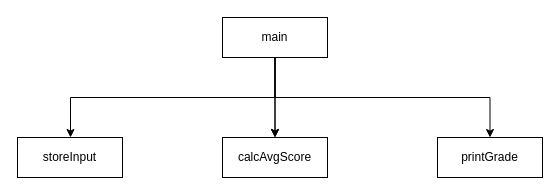
Above: page "score_avg" (1 of 4) of structure_charts.drawio in Jebbxrs/c_proj (draw.io), before the change. Source tidied: cells renumbered, new cells numbered last; positions are measured from the earlier drawing's top-left corner, leaving out a move shared by most shapes. Both pictures are drawn from the tidied source at 100%, with x=0, y=0 at pixel (17, 17).
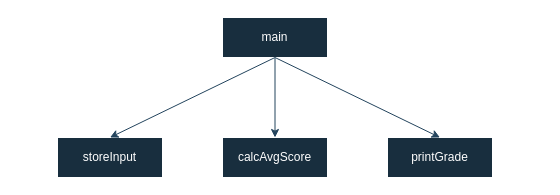
After the change.

The edit, as a diff of the source:
```diff
@@
 <mxGraphModel>
   <root>
     <mxCell id="0" />
     <mxCell id="1" parent="0" />
-    <mxCell id="2" style="edgeStyle=orthogonalEdgeStyle;rounded=0;jettySize=auto;html=1;" parent="1" edge="1" source="6" target="7">
-      <mxGeometry relative="1" as="geometry">
-        <Array as="points">
-          <mxPoint x="258" y="80" />
-          <mxPoint x="53" y="80" />
-        </Array>
-      </mxGeometry>
-    </mxCell>
-    <mxCell id="3" style="edgeStyle=orthogonalEdgeStyle;rounded=0;jettySize=auto;html=1;" parent="1" edge="1" source="6" target="8">
+    <mxCell id="3" style="edgeStyle=orthogonalEdgeStyle;rounded=0;jettySize=auto;html=1;labelBackgroundColor=none;strokeColor=#23445D;fontColor=default;" parent="1" edge="1" source="6" target="8">
       <mxGeometry relative="1" as="geometry" />
     </mxCell>
-    <mxCell id="4" style="edgeStyle=orthogonalEdgeStyle;rounded=0;jettySize=auto;html=1;" parent="1" edge="1" source="6" target="8">
-      <mxGeometry relative="1" as="geometry" />
-    </mxCell>
-    <mxCell id="5" style="edgeStyle=orthogonalEdgeStyle;rounded=0;jettySize=auto;html=1;entryX=0.5;entryY=0;entryDx=0;entryDy=0;" parent="1" edge="1" source="6" target="9">
-      <mxGeometry relative="1" as="geometry">
-        <Array as="points">
-          <mxPoint x="258" y="80" />
-          <mxPoint x="473" y="80" />
-        </Array>
-      </mxGeometry>
-    </mxCell>
-    <mxCell id="6" value="main" style="rounded=0;whiteSpace=wrap;html=1;" parent="1" vertex="1">
+    <mxCell id="6" value="main" style="rounded=0;whiteSpace=wrap;html=1;labelBackgroundColor=none;fillColor=#182E3E;strokeColor=#FFFFFF;fontColor=#FFFFFF;" parent="1" vertex="1">
       <mxGeometry x="205" width="105" height="40" as="geometry" />
     </mxCell>
-    <mxCell id="7" value="storeInput" style="rounded=0;whiteSpace=wrap;html=1;" parent="1" vertex="1">
-      <mxGeometry y="120" width="105" height="40" as="geometry" />
+    <mxCell id="7" value="storeInput" style="rounded=0;whiteSpace=wrap;html=1;labelBackgroundColor=none;fillColor=#182E3E;strokeColor=#FFFFFF;fontColor=#FFFFFF;" parent="1" vertex="1">
+      <mxGeometry x="40" y="120" width="105" height="40" as="geometry" />
     </mxCell>
-    <mxCell id="8" value="calcAvgScore" style="rounded=0;whiteSpace=wrap;html=1;" parent="1" vertex="1">
+    <mxCell id="8" value="calcAvgScore" style="rounded=0;whiteSpace=wrap;html=1;labelBackgroundColor=none;fillColor=#182E3E;strokeColor=#FFFFFF;fontColor=#FFFFFF;" parent="1" vertex="1">
       <mxGeometry x="205" y="120" width="105" height="40" as="geometry" />
     </mxCell>
-    <mxCell id="9" value="printGrade" style="rounded=0;whiteSpace=wrap;html=1;" parent="1" vertex="1">
-      <mxGeometry x="420" y="120" width="105" height="40" as="geometry" />
+    <mxCell id="9" value="printGrade" style="rounded=0;whiteSpace=wrap;html=1;labelBackgroundColor=none;fillColor=#182E3E;strokeColor=#FFFFFF;fontColor=#FFFFFF;" parent="1" vertex="1">
+      <mxGeometry x="370" y="120" width="105" height="40" as="geometry" />
     </mxCell>
+    <mxCell id="2" style="endArrow=classic;html=1;rounded=0;strokeColor=#23445D;exitX=0.5;exitY=1;exitDx=0;exitDy=0;entryX=0.5;entryY=0;entryDx=0;entryDy=0;" parent="1" edge="1" source="6" target="7">
+      <mxGeometry relative="1" as="geometry" />
+    </mxCell>
+    <mxCell id="5" style="endArrow=classic;html=1;rounded=0;strokeColor=#23445D;exitX=0.5;exitY=1;exitDx=0;exitDy=0;entryX=0.5;entryY=0;entryDx=0;entryDy=0;" parent="1" edge="1" source="6" target="9">
+      <mxGeometry relative="1" as="geometry" />
+    </mxCell>
   </root>
 </mxGraphModel>
```
